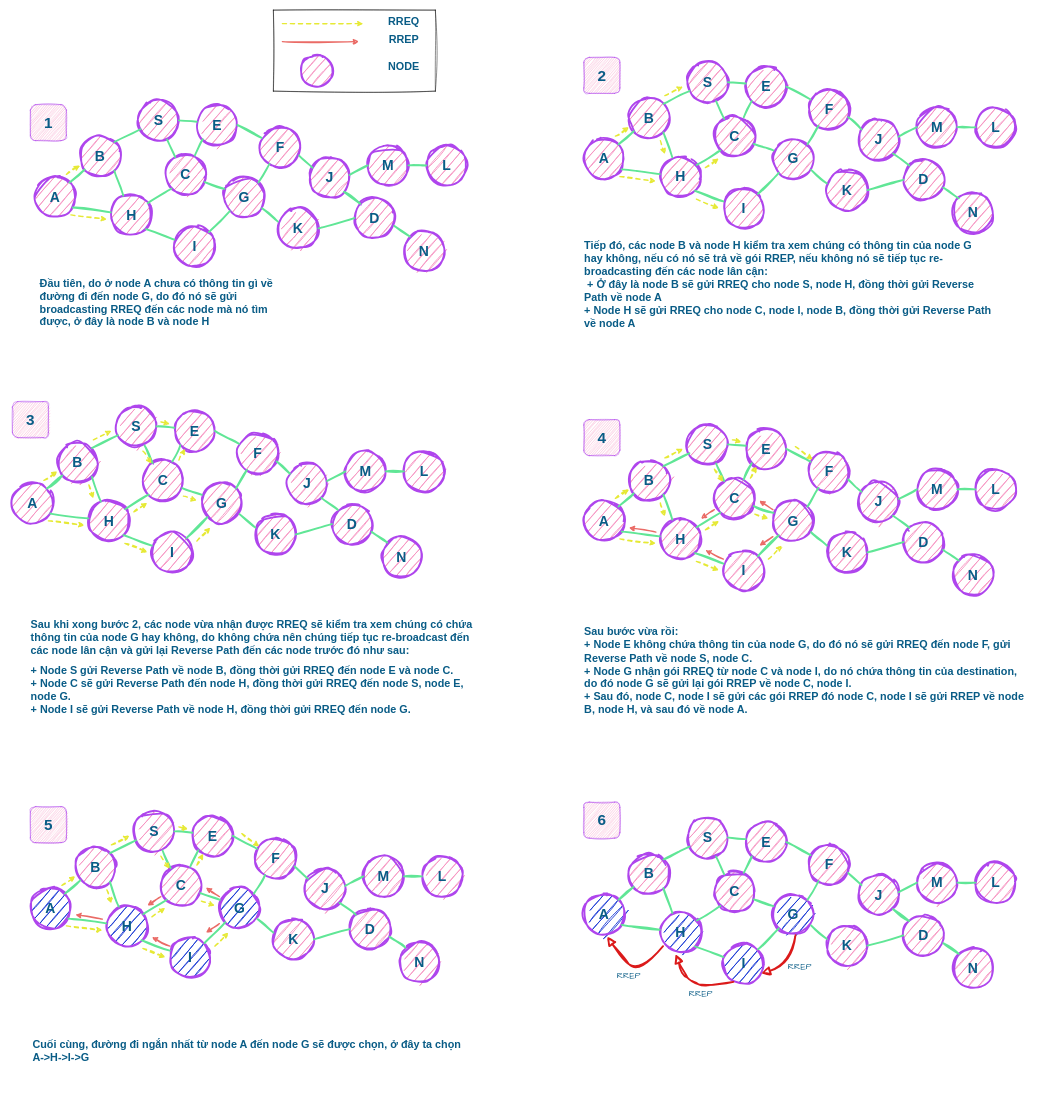
Earlier version of the draw.io diagram Untitled Diagram.drawio (hoangbui24/NT330.N21_AODV_OSLR). Source tidied: cells renumbered, new cells numbered last; positions are measured from the earlier drawing's top-left corner, leaving out a move shared by most shapes. Both pictures are drawn from the tidied source at 45%, with x=0, y=0 at pixel (12, 10).
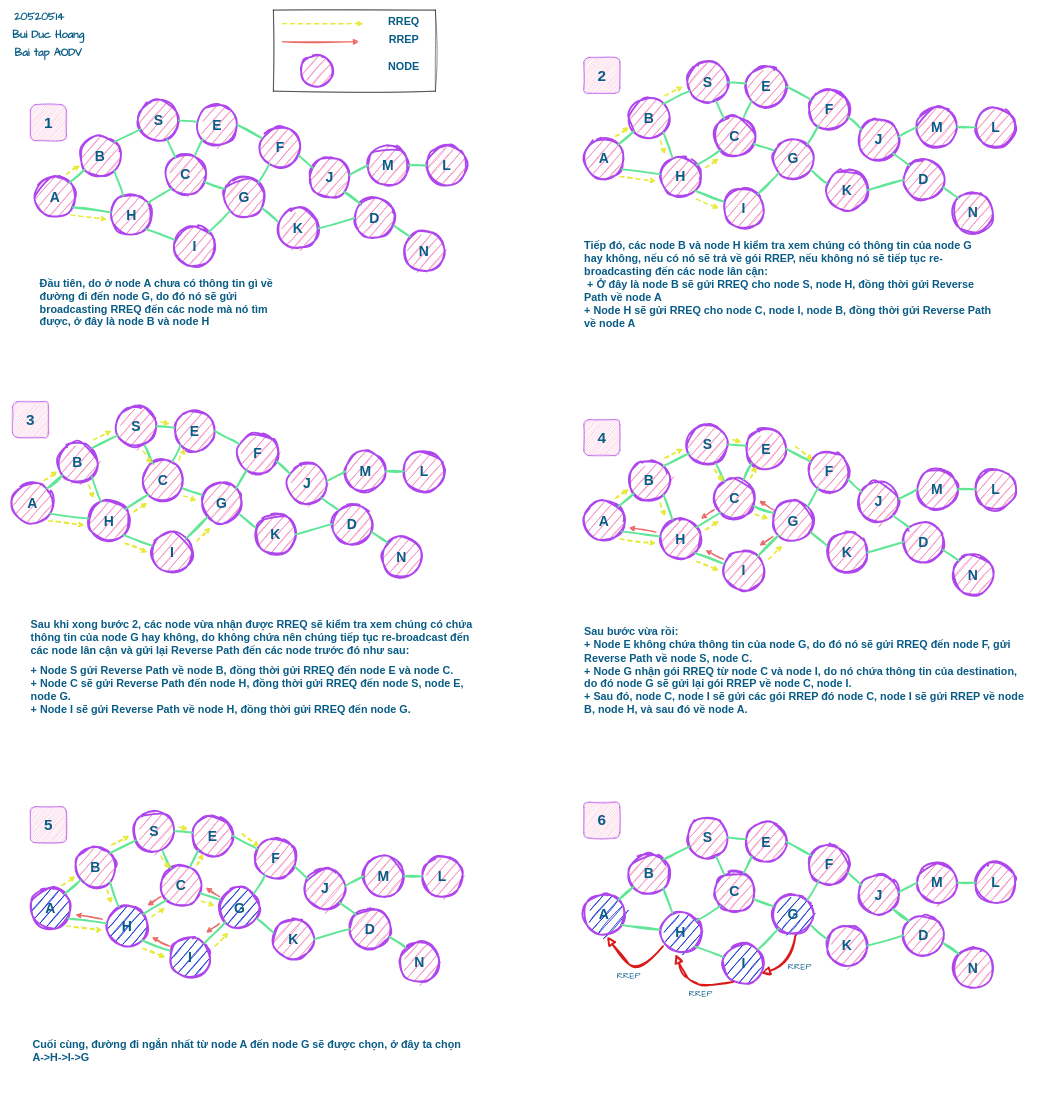
The same diagram, later.

Diff of the diagram source:
```diff
@@
+    <mxCell id="289" value="&lt;b style=&quot;font-size: 24px;&quot;&gt;20520514&lt;/b&gt;" style="text;html=1;strokeColor=none;fillColor=none;align=center;verticalAlign=middle;whiteSpace=wrap;rounded=0;fontSize=24;fontFamily=Architects Daughter;fontColor=#095C86;" parent="1" vertex="1">
+      <mxGeometry x="30" width="60" height="30" as="geometry" />
+    </mxCell>
+    <mxCell id="290" value="&lt;b style=&quot;font-size: 24px;&quot;&gt;Bui Duc Hoang&lt;/b&gt;" style="text;html=1;strokeColor=none;fillColor=none;align=center;verticalAlign=middle;whiteSpace=wrap;rounded=0;fontSize=24;fontFamily=Architects Daughter;fontColor=#095C86;" parent="1" vertex="1">
+      <mxGeometry x="-10" y="40" width="180" height="30" as="geometry" />
+    </mxCell>
+    <mxCell id="291" value="&lt;b style=&quot;font-size: 24px;&quot;&gt;Bai tap AODV&lt;/b&gt;" style="text;html=1;strokeColor=none;fillColor=none;align=center;verticalAlign=middle;whiteSpace=wrap;rounded=0;fontSize=24;fontFamily=Architects Daughter;fontColor=#095C86;" parent="1" vertex="1">
+      <mxGeometry x="-10" y="80" width="180" height="30" as="geometry" />
+    </mxCell>
```
